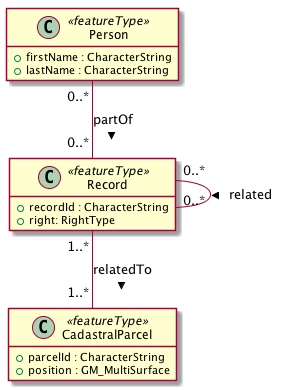
Earlier version of the PlantUML export images/Person.png (opengeospatial/D040-Complex_Feature_Handling_Engineering_Report). Source of this version:
```plantuml
@startuml
hide methods
class CadastralParcel <<featureType>> {
  +parcelId : CharacterString
  +position : GM_MultiSurface
}
class Record <<featureType>> {
  +recordId : CharacterString
  +right: RightType
}
class Person <<featureType>> {
  +firstName : CharacterString
  +lastName : CharacterString
}

Record "1..*" -- "1..*" CadastralParcel : relatedTo >
Record "0..*" -- "0..*" Record : related >
Person "0..*" -- "0..*" Record : partOf >
@enduml
```
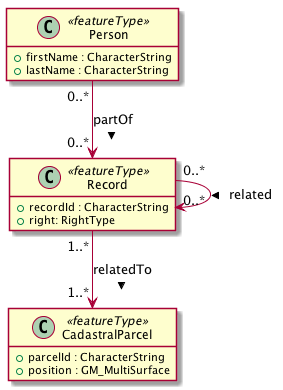
The same file after the commit.

Change to the diagram source:
```diff
@@ -13,7 +13,7 @@
   +lastName : CharacterString
 }
 
-Record "1..*" -- "1..*" CadastralParcel : relatedTo >
-Record "0..*" -- "0..*" Record : related >
-Person "0..*" -- "0..*" Record : partOf >
+Record "1..*" --> "1..*" CadastralParcel : relatedTo >
+Record "0..*" -> "0..*" Record : related >
+Person "0..*" --> "0..*" Record : partOf >
 @enduml
```
